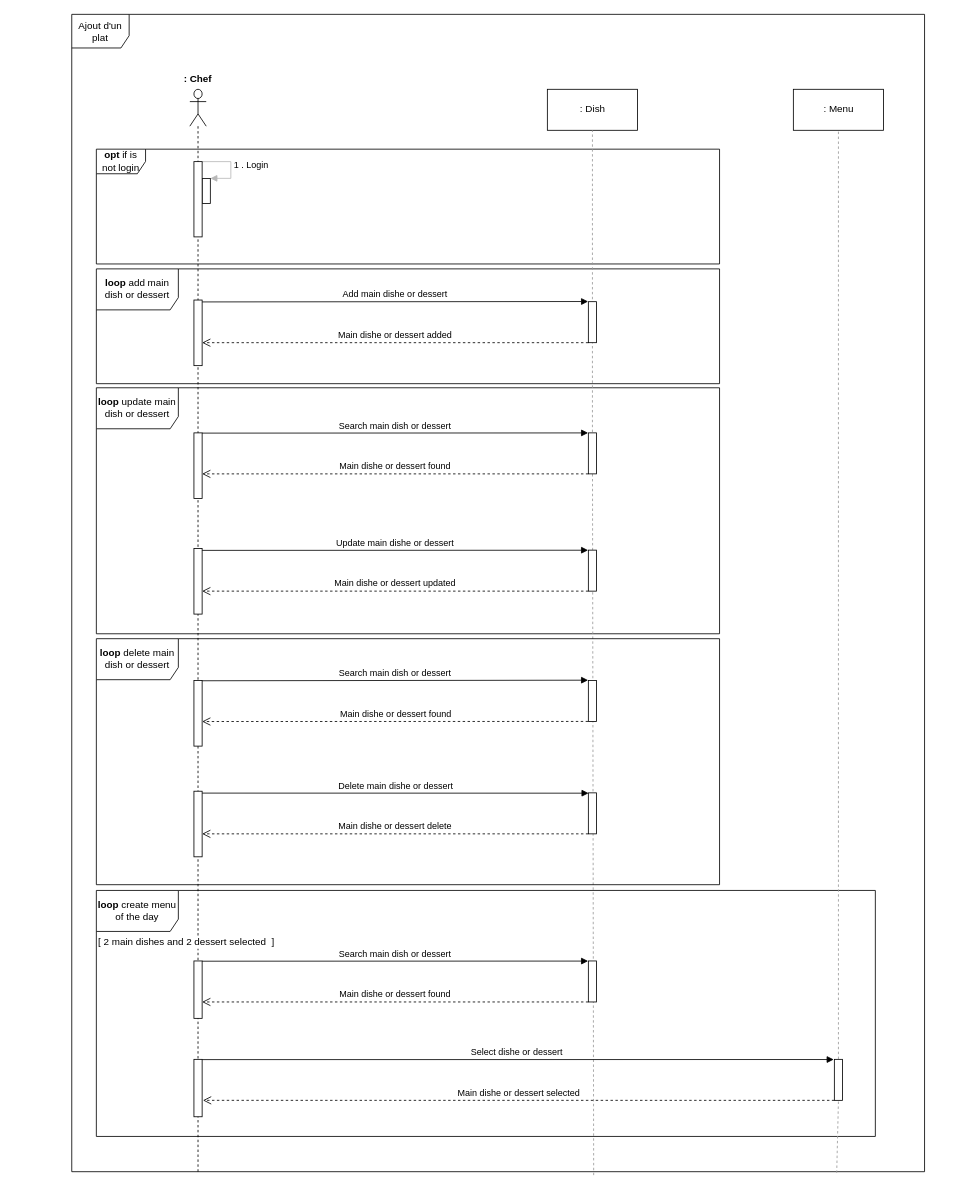
Earlier version of the draw.io diagram page "Ajout d'un plat" (1 of 3) of Diagrammes de séquence.drawio (klaxurit/JuncaHugo_4_10122021). Source tidied: cells renumbered, new cells numbered last; positions are measured from the earlier drawing's top-left corner, leaving out a move shared by most shapes. Both pictures are drawn from the tidied source at 82%, with x=0, y=0 at pixel (71, 14).
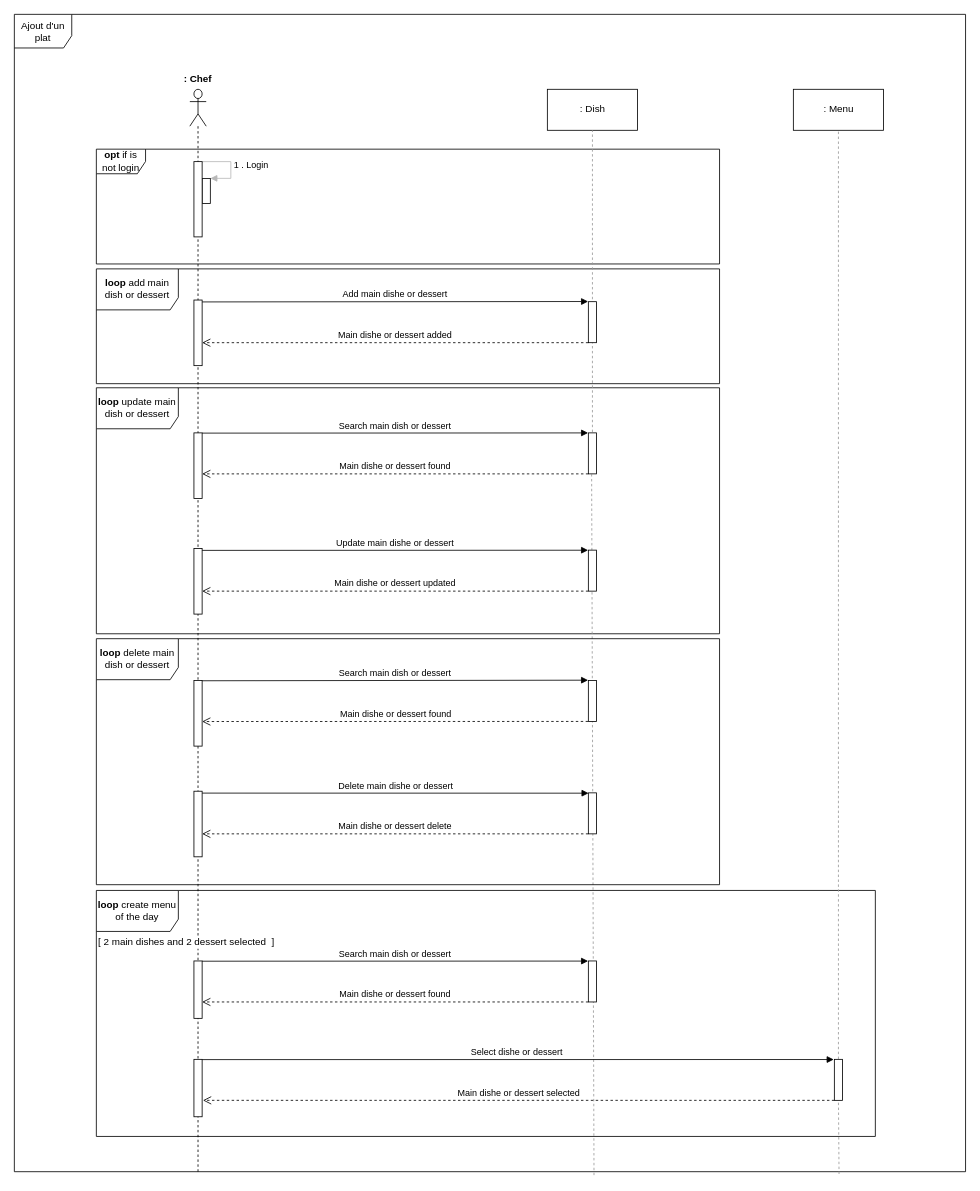
After the change.

Unchanged cells that the change refers to:
```xml
<mxCell id="20" style="html=1;points=[];perimeter=orthogonalPerimeter;" parent="1" vertex="1">
  <mxGeometry x="630" y="510.4" width="10" height="50" as="geometry" />
</mxCell>
<mxCell id="45" style="html=1;points=[];perimeter=orthogonalPerimeter;" parent="1" vertex="1">
  <mxGeometry x="930" y="1274.4" width="10" height="50" as="geometry" />
</mxCell>
```

The edit, as a diff of the source:
```diff
@@
     <mxCell id="2" value="Ajout d'un plat" style="shape=umlFrame;whiteSpace=wrap;html=1;fillColor=default;gradientColor=#ffffff;width=70;height=41;" parent="1" vertex="1">
-      <mxGeometry width="1040" height="1411.4" as="geometry" />
+      <mxGeometry x="-70" width="1160" height="1411.4" as="geometry" />
     </mxCell>
@@
-    <mxCell id="12" style="endArrow=none;dashed=1;html=1;rounded=0;entryX=0.5;entryY=1;entryDx=0;entryDy=0;strokeColor=#999999;exitX=0.612;exitY=1.003;exitDx=0;exitDy=0;exitPerimeter=0;" parent="1" edge="1" source="2">
+    <mxCell id="12" style="endArrow=none;dashed=1;html=1;rounded=0;entryX=0.4;entryY=1.013;entryDx=0;entryDy=0;strokeColor=#999999;exitX=0.612;exitY=1.003;exitDx=0;exitDy=0;exitPerimeter=0;entryPerimeter=0;" parent="1" edge="1" target="20">
       <mxGeometry relative="1" as="geometry">
-        <mxPoint x="635" y="528.4" as="targetPoint" />
+        <mxPoint x="636.9" y="1415.6" as="sourcePoint" />
       </mxGeometry>
     </mxCell>
@@
-    <mxCell id="46" style="endArrow=none;dashed=1;html=1;rounded=0;entryX=0.5;entryY=1;entryDx=0;entryDy=0;strokeColor=#999999;startArrow=none;exitX=0.897;exitY=1.001;exitDx=0;exitDy=0;exitPerimeter=0;" parent="1" edge="1" source="2" target="45">
+    <mxCell id="46" style="endArrow=none;dashed=1;html=1;rounded=0;entryX=0.5;entryY=1;entryDx=0;entryDy=0;strokeColor=#999999;startArrow=none;exitX=0.867;exitY=1.002;exitDx=0;exitDy=0;exitPerimeter=0;" parent="1" edge="1" source="2" target="45">
       <mxGeometry relative="1" as="geometry" />
     </mxCell>
```
